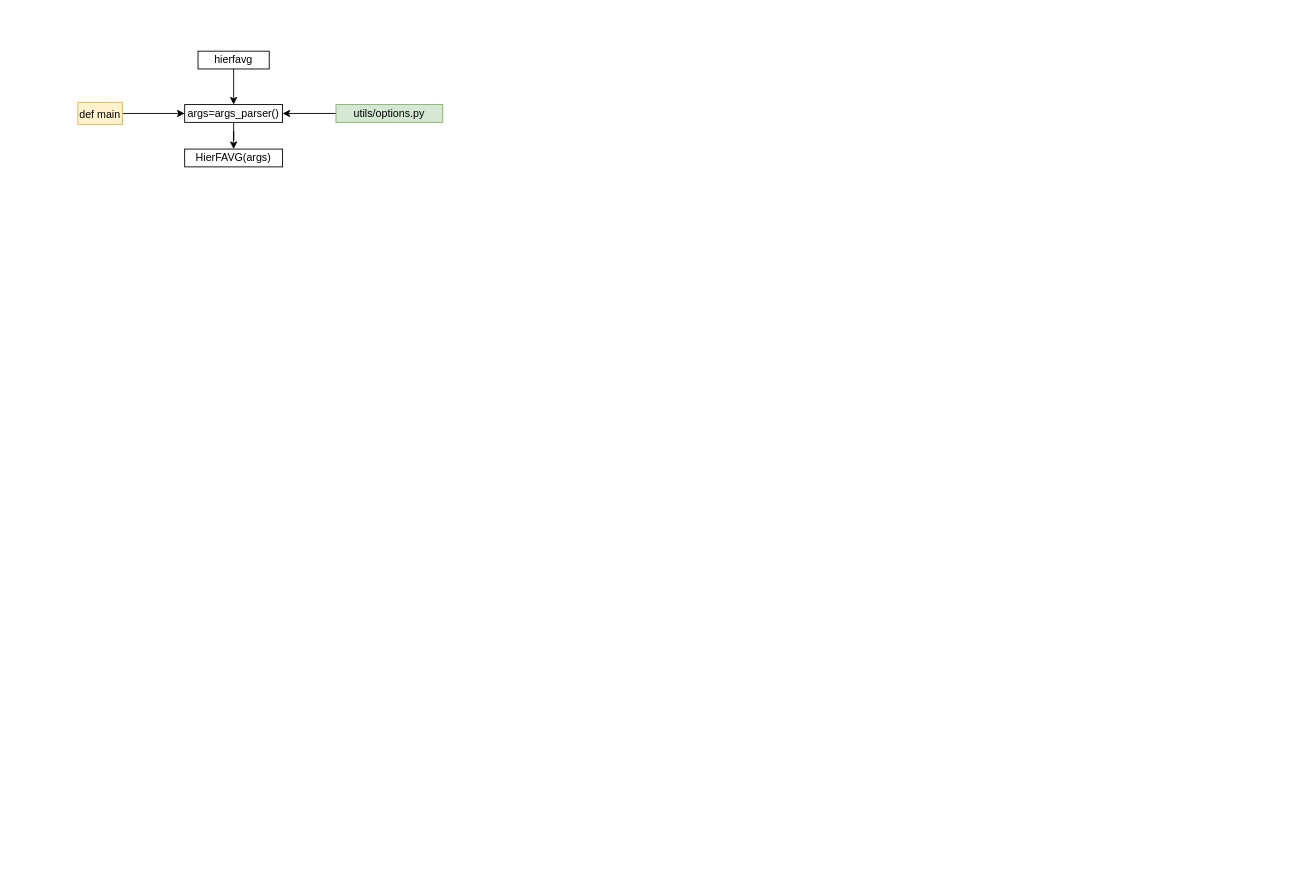
FLeefar/Paracosm keeps this draw.io diagram as hierfavg.drawio. Above is the earlier version. Source tidied: cells renumbered, new cells numbered last; positions are measured from the earlier drawing's top-left corner, leaving out a move shared by most shapes. Both pictures are drawn from the tidied source at 89%, with x=0, y=0 at pixel (77, 51).
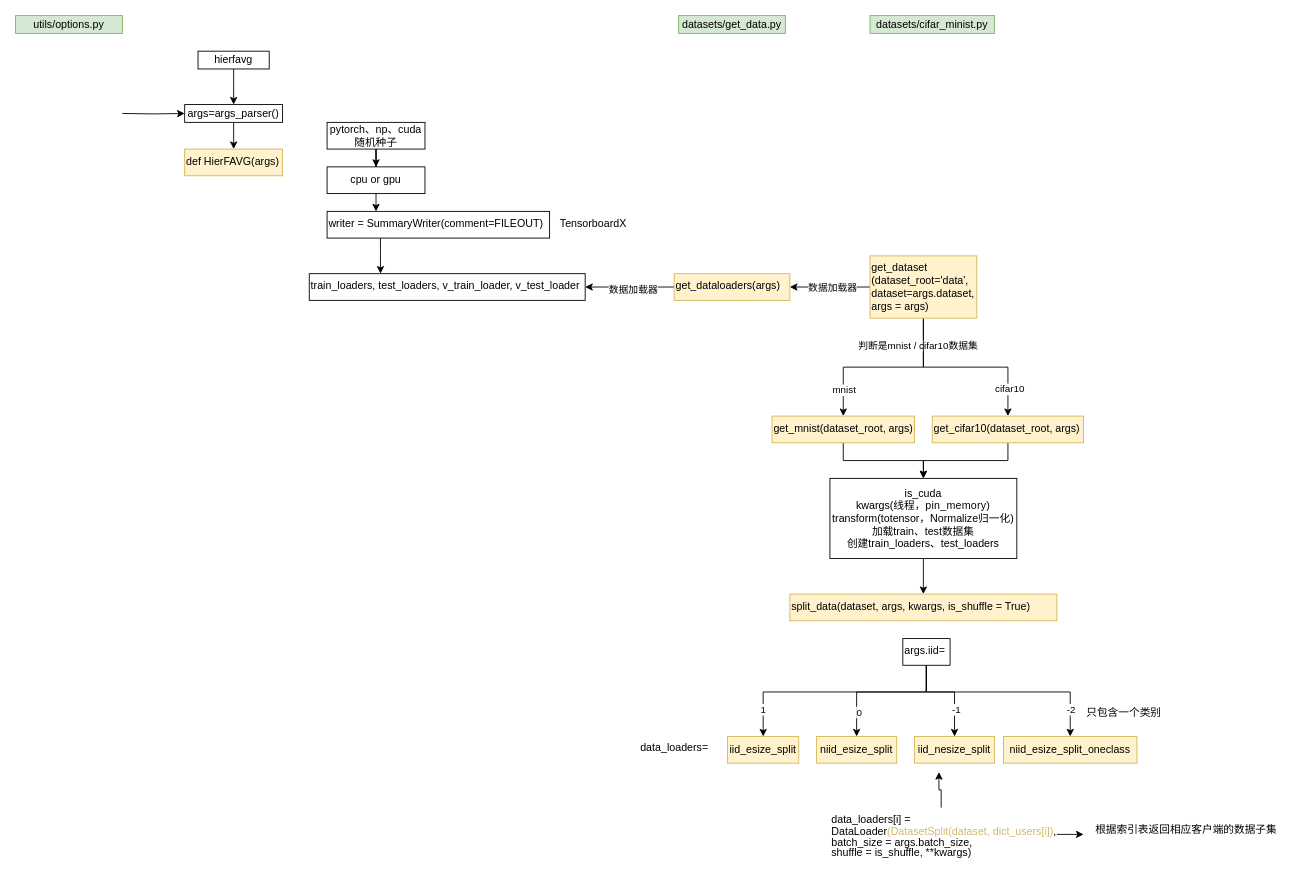
Above is the later version.

The change refers to these unchanged cells:
```xml
<mxCell id="5" value="args=args_parser()" style="whiteSpace=wrap;html=1;" parent="1" vertex="1">
  <mxGeometry x="120" y="60" width="110" height="20" as="geometry" />
</mxCell>
```

The edit, as a diff of the source:
```diff
@@
-    <mxCell id="4" style="edgeStyle=orthogonalEdgeStyle;rounded=0;jettySize=auto;html=1;" parent="1" edge="1" source="5" target="10">
-      <mxGeometry relative="1" as="geometry" />
+    <mxCell id="4" style="edgeStyle=orthogonalEdgeStyle;rounded=0;jettySize=auto;html=1;" parent="1" edge="1" source="5">
+      <mxGeometry relative="1" as="geometry">
+        <mxPoint x="175" y="110" as="targetPoint" />
+      </mxGeometry>
     </mxCell>
@@
-    <mxCell id="6" style="edgeStyle=orthogonalEdgeStyle;rounded=0;jettySize=auto;html=1;" parent="1" edge="1" source="7" target="5">
-      <mxGeometry relative="1" as="geometry" />
+    <mxCell id="6" style="edgeStyle=orthogonalEdgeStyle;rounded=0;jettySize=auto;html=1;" parent="1" edge="1" target="5">
+      <mxGeometry relative="1" as="geometry">
+        <mxPoint x="50" y="70" as="sourcePoint" />
+      </mxGeometry>
     </mxCell>
-    <mxCell id="7" value="def main" style="text;whiteSpace=wrap;html=1;fillColor=#fff2cc;strokeColor=#d6b656;" parent="1" vertex="1">
-      <mxGeometry y="57.5" width="50" height="25" as="geometry" />
-    </mxCell>
-    <mxCell id="8" style="edgeStyle=orthogonalEdgeStyle;rounded=0;jettySize=auto;html=1;" parent="1" edge="1" source="9" target="5">
-      <mxGeometry relative="1" as="geometry" />
-    </mxCell>
     <mxCell id="9" value="&lt;span style=&quot;text-align: left;&quot;&gt;utils/options.py&lt;/span&gt;" style="rounded=0;whiteSpace=wrap;html=1;fillColor=#d5e8d4;strokeColor=#82b366;" parent="1" vertex="1">
-      <mxGeometry x="290" y="60" width="120" height="20" as="geometry" />
+      <mxGeometry x="-70" y="-40" width="120" height="20" as="geometry" />
     </mxCell>
-    <mxCell id="10" value="HierFAVG(args)" style="whiteSpace=wrap;html=1;" parent="1" vertex="1">
-      <mxGeometry x="120" y="110" width="110" height="20" as="geometry" />
-    </mxCell>
+    <mxCell id="11" value="def HierFAVG(args)" style="text;whiteSpace=wrap;html=1;fillColor=#fff2cc;strokeColor=#d6b656;" parent="1" vertex="1">
+      <mxGeometry x="120" y="110" width="110" height="30" as="geometry" />
+    </mxCell>
+    <mxCell id="12" style="edgeStyle=orthogonalEdgeStyle;rounded=0;jettySize=auto;html=1;" parent="1" edge="1" source="13" target="16">
+      <mxGeometry relative="1" as="geometry" />
+    </mxCell>
+    <mxCell id="13" value="pytorch、np、cuda 随机种子" style="whiteSpace=wrap;html=1;" parent="1" vertex="1">
+      <mxGeometry x="280" y="80" width="110" height="30" as="geometry" />
+    </mxCell>
+    <mxCell id="14" value="&lt;span style=&quot;text-align: left;&quot;&gt;datasets/get_data.py&lt;/span&gt;" style="rounded=0;whiteSpace=wrap;html=1;fillColor=#d5e8d4;strokeColor=#82b366;" parent="1" vertex="1">
+      <mxGeometry x="675" y="-40" width="120" height="20" as="geometry" />
+    </mxCell>
+    <mxCell id="15" style="edgeStyle=orthogonalEdgeStyle;rounded=0;jettySize=auto;html=1;" parent="1" edge="1" source="16" target="18">
+      <mxGeometry relative="1" as="geometry">
+        <Array as="points">
+          <mxPoint x="335" y="190" />
+          <mxPoint x="335" y="190" />
+        </Array>
+      </mxGeometry>
+    </mxCell>
+    <mxCell id="16" value="cpu or gpu" style="whiteSpace=wrap;html=1;" parent="1" vertex="1">
+      <mxGeometry x="280" y="130" width="110" height="30" as="geometry" />
+    </mxCell>
+    <mxCell id="17" style="edgeStyle=orthogonalEdgeStyle;rounded=0;jettySize=auto;html=1;" parent="1" edge="1" source="18">
+      <mxGeometry relative="1" as="geometry">
+        <mxPoint x="340" y="250" as="targetPoint" />
+        <Array as="points">
+          <mxPoint x="340" y="230" />
+          <mxPoint x="340" y="230" />
+        </Array>
+      </mxGeometry>
+    </mxCell>
+    <mxCell id="18" value="writer = SummaryWriter(comment=FILEOUT)" style="text;whiteSpace=wrap;html=1;strokeColor=default;" parent="1" vertex="1">
+      <mxGeometry x="280" y="180" width="250" height="30" as="geometry" />
+    </mxCell>
+    <mxCell id="19" value="TensorboardX" style="text;whiteSpace=wrap;html=1;" parent="1" vertex="1">
+      <mxGeometry x="540" y="180" width="80" height="20" as="geometry" />
+    </mxCell>
+    <mxCell id="20" value="train_loaders, test_loaders, v_train_loader, v_test_loader&lt;div&gt;&lt;br&gt;&lt;/div&gt;" style="text;whiteSpace=wrap;html=1;strokeColor=default;" parent="1" vertex="1">
+      <mxGeometry x="260" y="250" width="310" height="30" as="geometry" />
+    </mxCell>
+    <mxCell id="21" style="edgeStyle=orthogonalEdgeStyle;rounded=0;jettySize=auto;html=1;" parent="1" edge="1" source="23" target="20">
+      <mxGeometry relative="1" as="geometry" />
+    </mxCell>
+    <mxCell id="22" value="数据加载器" style="edgeLabel;html=1;align=center;verticalAlign=middle;" parent="21" vertex="1">
+      <mxGeometry x="-0.06" y="2" relative="1" as="geometry" />
+    </mxCell>
+    <mxCell id="23" value="&lt;span style=&quot;forced-color-adjust: none; color: rgb(0, 0, 0); font-family: Helvetica; font-size: 12px; font-style: normal; font-variant-ligatures: normal; font-variant-caps: normal; font-weight: 400; letter-spacing: normal; orphans: 2; text-align: left; text-indent: 0px; text-transform: none; widows: 2; word-spacing: 0px; -webkit-text-stroke-width: 0px; white-space: normal; background-color: initial; text-decoration-thickness: initial; text-decoration-style: initial; text-decoration-color: initial;&quot;&gt;get_dataloaders(args)&lt;/span&gt;" style="text;whiteSpace=wrap;html=1;fillColor=#fff2cc;strokeColor=#d6b656;" parent="1" vertex="1">
+      <mxGeometry x="670" y="250" width="130" height="30" as="geometry" />
+    </mxCell>
+    <mxCell id="24" value="&lt;span style=&quot;text-align: left;&quot;&gt;datasets/cifar_minist.py&lt;/span&gt;" style="rounded=0;whiteSpace=wrap;html=1;fillColor=#d5e8d4;strokeColor=#82b366;" parent="1" vertex="1">
+      <mxGeometry x="890" y="-40" width="140" height="20" as="geometry" />
+    </mxCell>
+    <mxCell id="25" style="edgeStyle=orthogonalEdgeStyle;rounded=0;jettySize=auto;html=1;" parent="1" edge="1" source="32" target="23">
+      <mxGeometry relative="1" as="geometry" />
+    </mxCell>
+    <mxCell id="26" value="数据加载器" style="edgeLabel;html=1;align=center;verticalAlign=middle;" parent="25" vertex="1">
+      <mxGeometry x="-0.05" relative="1" as="geometry" />
+    </mxCell>
+    <mxCell id="27" style="edgeStyle=orthogonalEdgeStyle;rounded=0;jettySize=auto;html=1;" parent="1" edge="1" source="32" target="34">
+      <mxGeometry relative="1" as="geometry" />
+    </mxCell>
+    <mxCell id="28" value="判断是mnist / cifar10数据集" style="edgeLabel;html=1;align=center;verticalAlign=middle;" parent="27" vertex="1">
+      <mxGeometry x="-0.24" y="-1" relative="1" as="geometry">
+        <mxPoint x="14" y="-24" as="offset" />
+      </mxGeometry>
+    </mxCell>
+    <mxCell id="29" value="mnist" style="edgeLabel;html=1;align=center;verticalAlign=middle;" parent="27" vertex="1">
+      <mxGeometry x="0.53" relative="1" as="geometry">
+        <mxPoint y="17" as="offset" />
+      </mxGeometry>
+    </mxCell>
+    <mxCell id="30" style="edgeStyle=orthogonalEdgeStyle;rounded=0;jettySize=auto;html=1;" parent="1" edge="1" source="32" target="36">
+      <mxGeometry relative="1" as="geometry" />
+    </mxCell>
+    <mxCell id="31" value="cifar10" style="edgeLabel;html=1;align=center;verticalAlign=middle;" parent="30" vertex="1">
+      <mxGeometry x="0.7" y="1" relative="1" as="geometry" />
+    </mxCell>
+    <mxCell id="32" value="get_dataset&lt;div&gt;(dataset_root='data',&lt;br&gt;dataset=args.dataset,&lt;br&gt;args = args)&lt;/div&gt;" style="text;whiteSpace=wrap;html=1;fillColor=#fff2cc;strokeColor=#d6b656;" parent="1" vertex="1">
+      <mxGeometry x="890" y="230" width="120" height="70" as="geometry" />
+    </mxCell>
+    <mxCell id="33" style="edgeStyle=orthogonalEdgeStyle;rounded=0;jettySize=auto;html=1;entryX=0.5;entryY=0;entryDx=0;entryDy=0;" parent="1" edge="1" source="34" target="38">
+      <mxGeometry relative="1" as="geometry" />
+    </mxCell>
+    <mxCell id="34" value="&lt;div&gt;get_mnist(dataset_root, args)&lt;br&gt;&lt;/div&gt;" style="whiteSpace=wrap;html=1;align=left;verticalAlign=top;fillColor=#fff2cc;strokeColor=#d6b656;gradientColor=none;" parent="1" vertex="1">
+      <mxGeometry x="780" y="410" width="160" height="30" as="geometry" />
+    </mxCell>
+    <mxCell id="35" style="edgeStyle=orthogonalEdgeStyle;rounded=0;jettySize=auto;html=1;entryX=0.5;entryY=0;entryDx=0;entryDy=0;" parent="1" edge="1" source="36" target="38">
+      <mxGeometry relative="1" as="geometry" />
+    </mxCell>
+    <mxCell id="36" value="&lt;div&gt;get_cifar10(dataset_root, args)&lt;br&gt;&lt;/div&gt;" style="whiteSpace=wrap;html=1;align=left;verticalAlign=top;fillColor=#fff2cc;strokeColor=#d6b656;gradientColor=none;" parent="1" vertex="1">
+      <mxGeometry x="960" y="410" width="170" height="30" as="geometry" />
+    </mxCell>
+    <mxCell id="37" style="edgeStyle=orthogonalEdgeStyle;rounded=0;jettySize=auto;html=1;" parent="1" edge="1" source="38" target="39">
+      <mxGeometry relative="1" as="geometry" />
+    </mxCell>
+    <mxCell id="38" value="is_cuda&lt;div&gt;kwargs(线程，&lt;span style=&quot;background-color: rgb(255, 255, 255); color: rgb(6, 6, 7); letter-spacing: 0.25px; text-align: justify; white-space-collapse: preserve;&quot;&gt;&lt;font&gt;pin_memory&lt;/font&gt;&lt;/span&gt;&lt;span style=&quot;background-color: initial;&quot;&gt;)&lt;/span&gt;&lt;/div&gt;&lt;div&gt;&lt;span style=&quot;background-color: initial;&quot;&gt;transform(totensor，Normalize归一化)&lt;/span&gt;&lt;/div&gt;&lt;div&gt;&lt;span style=&quot;background-color: initial;&quot;&gt;加载train、test数据集&lt;/span&gt;&lt;/div&gt;&lt;div&gt;&lt;span style=&quot;background-color: initial;&quot;&gt;创建&lt;/span&gt;&lt;span style=&quot;text-align: left; background-color: initial;&quot;&gt;train_loaders、&lt;/span&gt;&lt;span style=&quot;text-align: left; background-color: initial;&quot;&gt;test_loaders&lt;/span&gt;&lt;/div&gt;" style="rounded=0;whiteSpace=wrap;html=1;" parent="1" vertex="1">
+      <mxGeometry x="845" y="480" width="210" height="90" as="geometry" />
+    </mxCell>
+    <mxCell id="39" value="split_data(dataset, args, kwargs, is_shuffle = True)" style="text;whiteSpace=wrap;html=1;strokeColor=#d6b656;fillColor=#fff2cc;" parent="1" vertex="1">
+      <mxGeometry x="800" y="610" width="300" height="30" as="geometry" />
+    </mxCell>
+    <mxCell id="40" style="edgeStyle=orthogonalEdgeStyle;rounded=0;jettySize=auto;html=1;entryX=0.5;entryY=0;entryDx=0;entryDy=0;" parent="1" edge="1" source="48" target="49">
+      <mxGeometry relative="1" as="geometry">
+        <Array as="points">
+          <mxPoint x="953" y="720" />
+          <mxPoint x="770" y="720" />
+        </Array>
+      </mxGeometry>
+    </mxCell>
+    <mxCell id="41" value="1" style="edgeLabel;html=1;align=center;verticalAlign=middle;" parent="40" vertex="1">
+      <mxGeometry x="0.77" y="-1" relative="1" as="geometry" />
+    </mxCell>
+    <mxCell id="42" style="edgeStyle=orthogonalEdgeStyle;rounded=0;jettySize=auto;html=1;" parent="1" edge="1" target="50">
+      <mxGeometry relative="1" as="geometry">
+        <mxPoint x="953" y="690" as="sourcePoint" />
+        <Array as="points">
+          <mxPoint x="953" y="720" />
+          <mxPoint x="875" y="720" />
+        </Array>
+      </mxGeometry>
+    </mxCell>
+    <mxCell id="43" value="0" style="edgeLabel;html=1;align=center;verticalAlign=middle;" parent="42" vertex="1">
+      <mxGeometry x="0.64" y="2" relative="1" as="geometry" />
+    </mxCell>
+    <mxCell id="44" style="edgeStyle=orthogonalEdgeStyle;rounded=0;jettySize=auto;html=1;entryX=0.5;entryY=0;entryDx=0;entryDy=0;" parent="1" edge="1" source="48" target="52">
+      <mxGeometry relative="1" as="geometry">
+        <Array as="points">
+          <mxPoint x="953" y="720" />
+          <mxPoint x="985" y="720" />
+        </Array>
+      </mxGeometry>
+    </mxCell>
+    <mxCell id="45" value="-1" style="edgeLabel;html=1;align=center;verticalAlign=middle;" parent="44" vertex="1">
+      <mxGeometry x="0.45" y="1" relative="1" as="geometry" />
+    </mxCell>
+    <mxCell id="46" style="edgeStyle=orthogonalEdgeStyle;rounded=0;jettySize=auto;html=1;" parent="1" edge="1" source="48" target="51">
+      <mxGeometry relative="1" as="geometry">
+        <Array as="points">
+          <mxPoint x="953" y="720" />
+          <mxPoint x="1115" y="720" />
+        </Array>
+      </mxGeometry>
+    </mxCell>
+    <mxCell id="47" value="-2" style="edgeLabel;html=1;align=center;verticalAlign=middle;" parent="46" vertex="1">
+      <mxGeometry x="0.75" relative="1" as="geometry" />
+    </mxCell>
+    <mxCell id="48" value="args.iid=" style="whiteSpace=wrap;html=1;align=left;verticalAlign=top;strokeColor=default;" parent="1" vertex="1">
+      <mxGeometry x="926.9" y="660" width="53.1" height="30" as="geometry" />
+    </mxCell>
+    <mxCell id="49" value="iid_esize_split" style="whiteSpace=wrap;html=1;fillColor=#fff2cc;strokeColor=#d6b656;" parent="1" vertex="1">
+      <mxGeometry x="730" y="770" width="80" height="30" as="geometry" />
+    </mxCell>
+    <mxCell id="50" value="niid_esize_split" style="whiteSpace=wrap;html=1;fillColor=#fff2cc;strokeColor=#d6b656;" parent="1" vertex="1">
+      <mxGeometry x="830" y="770" width="90" height="30" as="geometry" />
+    </mxCell>
+    <mxCell id="51" value="niid_esize_split_oneclass" style="whiteSpace=wrap;html=1;fillColor=#fff2cc;strokeColor=#d6b656;" parent="1" vertex="1">
+      <mxGeometry x="1040" y="770" width="150" height="30" as="geometry" />
+    </mxCell>
+    <mxCell id="52" value="iid_nesize_split" style="whiteSpace=wrap;html=1;fillColor=#fff2cc;strokeColor=#d6b656;" parent="1" vertex="1">
+      <mxGeometry x="940" y="770" width="90" height="30" as="geometry" />
+    </mxCell>
+    <mxCell id="53" value="只包含一个类别" style="text;html=1;align=center;verticalAlign=middle;strokeColor=none;fillColor=none;" parent="1" vertex="1">
+      <mxGeometry x="1120" y="728" width="110" height="30" as="geometry" />
+    </mxCell>
+    <mxCell id="54" value="data_loaders=" style="text;html=1;align=center;verticalAlign=middle;strokeColor=none;fillColor=none;" parent="1" vertex="1">
+      <mxGeometry x="620" y="768" width="100" height="30" as="geometry" />
+    </mxCell>
+    <mxCell id="55" style="edgeStyle=orthogonalEdgeStyle;rounded=0;jettySize=auto;html=1;" parent="1" edge="1" source="56">
+      <mxGeometry relative="1" as="geometry">
+        <mxPoint x="967.5" y="810" as="targetPoint" />
+        <Array as="points">
+          <mxPoint x="970" y="830" />
+          <mxPoint x="968" y="830" />
+        </Array>
+      </mxGeometry>
+    </mxCell>
+    <mxCell id="56" value="data_loaders[i] =&amp;nbsp;&lt;div style=&quot;line-height: 100%;&quot;&gt;DataLoader&lt;font color=&quot;#d5b968&quot;&gt;(DatasetSplit(dataset, dict_users[i])&lt;/font&gt;,&lt;br&gt;                                    batch_size = args.batch_size,&lt;br&gt;                                    shuffle = is_shuffle, **kwargs)&lt;/div&gt;" style="text;whiteSpace=wrap;html=1;" parent="1" vertex="1">
+      <mxGeometry x="845" y="850" width="265" height="70" as="geometry" />
+    </mxCell>
+    <mxCell id="57" style="endArrow=classic;html=1;rounded=0;" parent="1" edge="1">
+      <mxGeometry relative="1" as="geometry">
+        <mxPoint x="1100" y="880" as="sourcePoint" />
+        <mxPoint x="1130" y="880" as="targetPoint" />
+      </mxGeometry>
+    </mxCell>
+    <mxCell id="58" value="根据索引表返回相应客户端的数据子集" style="text;html=1;align=center;verticalAlign=middle;strokeColor=none;fillColor=none;" parent="1" vertex="1">
+      <mxGeometry x="1130" y="860" width="230" height="30" as="geometry" />
+    </mxCell>
```
